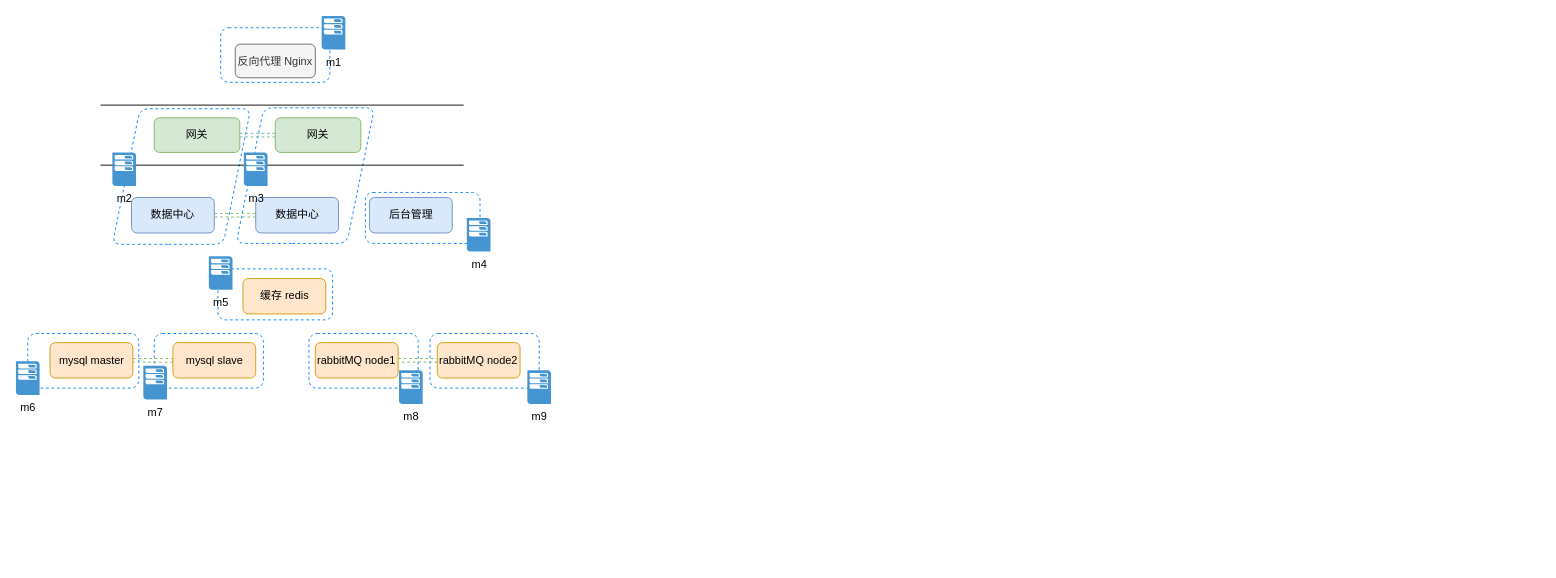
This is yx_数据中心.drawio from chenyz/EGOTableViewPullRefresh, a draw.io file, before an edit. Source tidied: cells renumbered, new cells numbered last; positions are measured from the earlier drawing's top-left corner, leaving out a move shared by most shapes. Both pictures are drawn from the tidied source at 91%, with x=0, y=0 at pixel (15, 15).
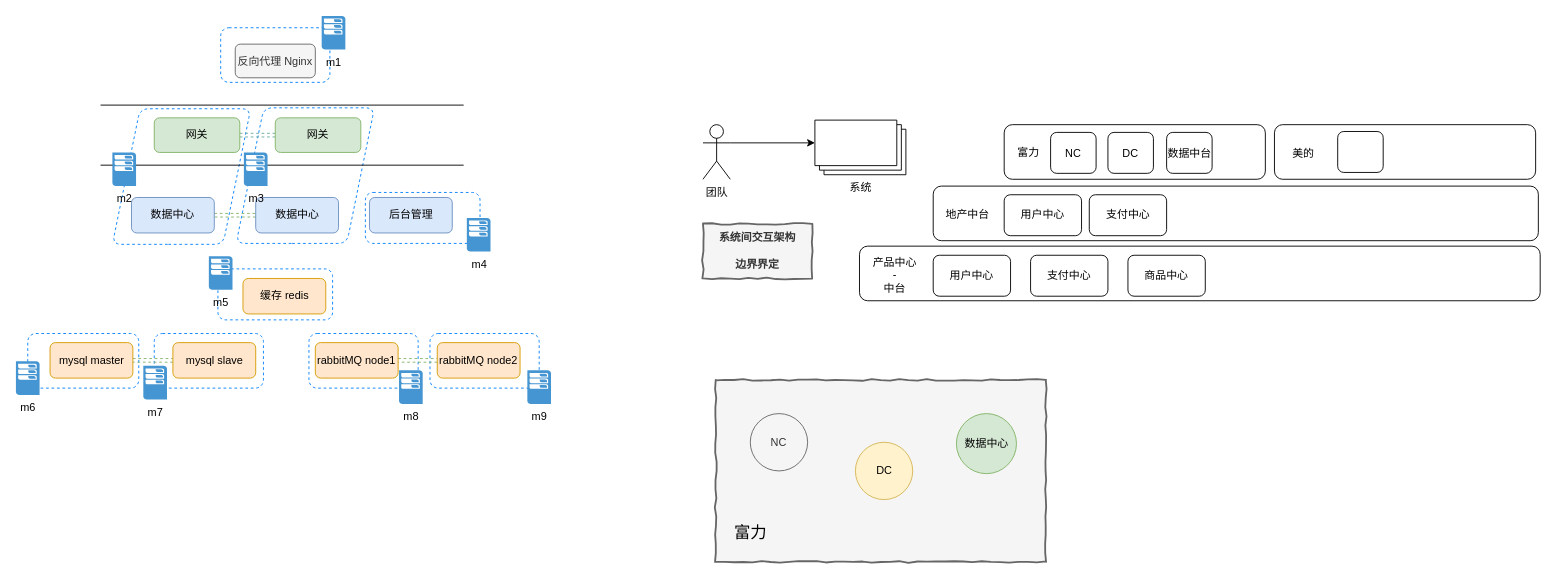
Above is the later version.

Commit message:
更新yx_数据中心.drawio

Diff of the diagram source:
```diff
@@
+    <mxCell id="36" style="html=1;whiteSpace=wrap;comic=1;strokeWidth=2;fontFamily=Comic Sans MS;fontStyle=1;fillColor=#f5f5f5;strokeColor=#666666;fontColor=#333333;" parent="1" vertex="1">
+      <mxGeometry x="769" y="400" width="363" height="200" as="geometry" />
+    </mxCell>
@@
+    <mxCell id="37" style="rounded=1;whiteSpace=wrap;html=1;" parent="1" vertex="1">
+      <mxGeometry x="927" y="253" width="748" height="60" as="geometry" />
+    </mxCell>
+    <mxCell id="38" value="用户中心" style="rounded=1;whiteSpace=wrap;html=1;" parent="1" vertex="1">
+      <mxGeometry x="1008" y="263" width="85" height="45" as="geometry" />
+    </mxCell>
+    <mxCell id="39" value="产品中心&lt;br&gt;-&lt;br&gt;中台&lt;br&gt;&lt;br&gt;" style="text;html=1;strokeColor=none;fillColor=none;align=center;verticalAlign=middle;whiteSpace=wrap;rounded=0;" parent="1" vertex="1">
+      <mxGeometry x="939" y="282" width="54" height="20" as="geometry" />
+    </mxCell>
+    <mxCell id="40" value="支付中心" style="rounded=1;whiteSpace=wrap;html=1;" parent="1" vertex="1">
+      <mxGeometry x="1115" y="263" width="85" height="45" as="geometry" />
+    </mxCell>
+    <mxCell id="41" value="商品中心" style="rounded=1;whiteSpace=wrap;html=1;" parent="1" vertex="1">
+      <mxGeometry x="1222" y="263" width="85" height="45" as="geometry" />
+    </mxCell>
+    <mxCell id="42" style="rounded=1;whiteSpace=wrap;html=1;" parent="1" vertex="1">
+      <mxGeometry x="1008" y="187" width="665" height="60" as="geometry" />
+    </mxCell>
+    <mxCell id="43" value="地产中台" style="text;html=1;strokeColor=none;fillColor=none;align=center;verticalAlign=middle;whiteSpace=wrap;rounded=0;" parent="1" vertex="1">
+      <mxGeometry x="1019" y="209" width="54" height="20" as="geometry" />
+    </mxCell>
+    <mxCell id="44" value="用户中心" style="rounded=1;whiteSpace=wrap;html=1;" parent="1" vertex="1">
+      <mxGeometry x="1086" y="196.5" width="85" height="45" as="geometry" />
+    </mxCell>
+    <mxCell id="45" value="支付中心" style="rounded=1;whiteSpace=wrap;html=1;" parent="1" vertex="1">
+      <mxGeometry x="1179.5" y="196.5" width="85" height="45" as="geometry" />
+    </mxCell>
+    <mxCell id="46" style="rounded=1;whiteSpace=wrap;html=1;" parent="1" vertex="1">
+      <mxGeometry x="1086" y="119.5" width="287" height="60" as="geometry" />
+    </mxCell>
+    <mxCell id="47" style="rounded=1;whiteSpace=wrap;html=1;" parent="1" vertex="1">
+      <mxGeometry x="1383" y="119.5" width="287" height="60" as="geometry" />
+    </mxCell>
+    <mxCell id="48" value="富力" style="text;html=1;strokeColor=none;fillColor=none;align=center;verticalAlign=middle;whiteSpace=wrap;rounded=0;" parent="1" vertex="1">
+      <mxGeometry x="1093" y="140" width="40" height="20" as="geometry" />
+    </mxCell>
+    <mxCell id="49" value="NC" style="rounded=1;whiteSpace=wrap;html=1;" parent="1" vertex="1">
+      <mxGeometry x="1137" y="128" width="50" height="45" as="geometry" />
+    </mxCell>
+    <mxCell id="50" value="DC" style="rounded=1;whiteSpace=wrap;html=1;" parent="1" vertex="1">
+      <mxGeometry x="1200" y="128" width="50" height="45" as="geometry" />
+    </mxCell>
+    <mxCell id="51" value="数据中台" style="rounded=1;whiteSpace=wrap;html=1;" parent="1" vertex="1">
+      <mxGeometry x="1264.5" y="128" width="50" height="45" as="geometry" />
+    </mxCell>
+    <mxCell id="52" style="edgeStyle=orthogonalEdgeStyle;rounded=0;jettySize=auto;html=1;exitX=1;exitY=0.3333333333333333;exitDx=0;exitDy=0;exitPerimeter=0;entryX=0;entryY=0;entryDx=0;entryDy=25;entryPerimeter=0;" parent="1" edge="1" source="53" target="54">
+      <mxGeometry relative="1" as="geometry" />
+    </mxCell>
+    <mxCell id="53" value="团队" style="shape=umlActor;verticalLabelPosition=bottom;labelBackgroundColor=#ffffff;verticalAlign=top;html=1;outlineConnect=0;" parent="1" vertex="1">
+      <mxGeometry x="755" y="119.5" width="30" height="60" as="geometry" />
+    </mxCell>
+    <mxCell id="54" value="系统" style="verticalLabelPosition=bottom;verticalAlign=top;html=1;shape=mxgraph.basic.layered_rect;dx=10;outlineConnect=0;" parent="1" vertex="1">
+      <mxGeometry x="878" y="114.5" width="100" height="60" as="geometry" />
+    </mxCell>
+    <mxCell id="55" value="系统间交互架构&lt;br&gt;&lt;br&gt;边界界定&lt;br&gt;" style="html=1;whiteSpace=wrap;comic=1;strokeWidth=2;fontFamily=Comic Sans MS;fontStyle=1;fillColor=#f5f5f5;strokeColor=#666666;fontColor=#333333;" parent="1" vertex="1">
+      <mxGeometry x="755" y="228.5" width="120" height="60" as="geometry" />
+    </mxCell>
+    <mxCell id="56" value="DC" style="ellipse;whiteSpace=wrap;html=1;fillColor=#fff2cc;strokeColor=#d6b656;" parent="1" vertex="1">
+      <mxGeometry x="922.5" y="468.5" width="63" height="63" as="geometry" />
+    </mxCell>
+    <mxCell id="57" value="数据中心" style="ellipse;whiteSpace=wrap;html=1;fillColor=#d5e8d4;strokeColor=#82b366;" parent="1" vertex="1">
+      <mxGeometry x="1033.5" y="437" width="66" height="66" as="geometry" />
+    </mxCell>
+    <mxCell id="58" value="NC" style="ellipse;whiteSpace=wrap;html=1;fillColor=#f5f5f5;strokeColor=#666666;fontColor=#333333;" parent="1" vertex="1">
+      <mxGeometry x="807" y="437" width="63" height="63" as="geometry" />
+    </mxCell>
+    <mxCell id="59" value="美的" style="text;html=1;strokeColor=none;fillColor=none;align=center;verticalAlign=middle;whiteSpace=wrap;rounded=0;" parent="1" vertex="1">
+      <mxGeometry x="1395" y="141" width="40" height="20" as="geometry" />
+    </mxCell>
+    <mxCell id="60" value="&lt;font style=&quot;font-size: 18px ; font-weight: normal&quot;&gt;富力&lt;/font&gt;" style="text;strokeColor=none;fillColor=none;html=1;fontSize=24;fontStyle=1;verticalAlign=middle;align=center;" parent="1" vertex="1">
+      <mxGeometry x="778" y="546" width="58" height="40" as="geometry" />
+    </mxCell>
+    <mxCell id="61" style="rounded=1;whiteSpace=wrap;html=1;" parent="1" vertex="1">
+      <mxGeometry x="1452.5" y="127" width="50" height="45" as="geometry" />
+    </mxCell>
```
